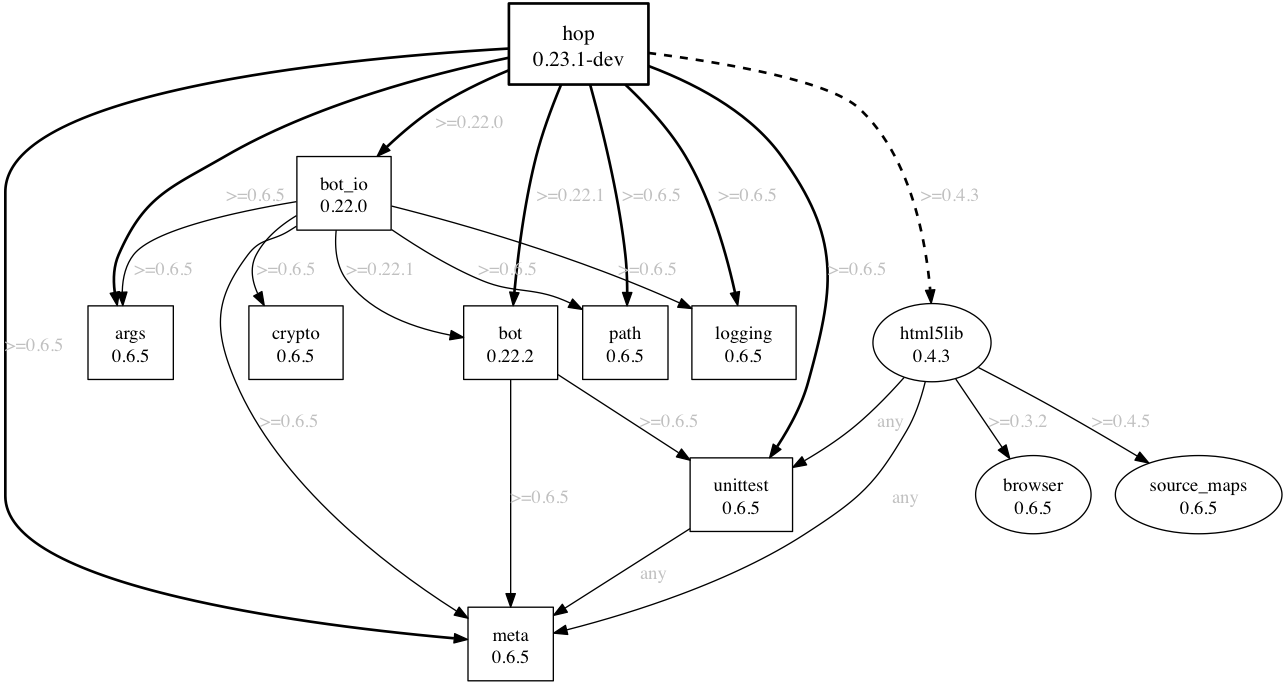
Earlier version of the Graphviz export docs/sample.png (kevmoo/pubviz). Its source is kept beside it as docs/sample.dot. Its diagram source:
```dot
digraph G {

  hop [label="hop
0.23.1-dev",fontsize=16,style=bold,shape=box,margin="0.25,0.15",group=primary];
  hop -> args [label=">=0.6.5",fontcolor=gray,penwidth=2];
  hop -> bot [label=">=0.22.1",fontcolor=gray,penwidth=2];
  hop -> bot_io [label=">=0.22.0",fontcolor=gray,penwidth=2];
  hop -> logging [label=">=0.6.5",fontcolor=gray,penwidth=2];
  hop -> meta [label=">=0.6.5",fontcolor=gray,penwidth=2];
  hop -> path [label=">=0.6.5",fontcolor=gray,penwidth=2];
  hop -> unittest [label=">=0.6.5",fontcolor=gray,penwidth=2];
  hop -> html5lib [label=">=0.4.3",fontcolor=gray,penwidth=2,style=dashed];

  html5lib [label="html5lib
0.4.3",group=primary];
  html5lib -> browser [label=">=0.3.2",fontcolor=gray];
  html5lib -> meta [label="any",fontcolor=gray];
  html5lib -> source_maps [label=">=0.4.5",fontcolor=gray];
  html5lib -> unittest [label="any",fontcolor=gray];

  browser [label="browser
0.6.5"];

  args [label="args
0.6.5",shape=box,margin="0.25,0.15",group=primary];

  bot [label="bot
0.22.2",shape=box,margin="0.25,0.15",group=primary];
  bot -> meta [label=">=0.6.5",fontcolor=gray];
  bot -> unittest [label=">=0.6.5",fontcolor=gray];

  bot_io [label="bot_io
0.22.0",shape=box,margin="0.25,0.15",group=primary];
  bot_io -> args [label=">=0.6.5",fontcolor=gray];
  bot_io -> bot [label=">=0.22.1",fontcolor=gray];
  bot_io -> crypto [label=">=0.6.5",fontcolor=gray];
  bot_io -> logging [label=">=0.6.5",fontcolor=gray];
  bot_io -> meta [label=">=0.6.5",fontcolor=gray];
  bot_io -> path [label=">=0.6.5",fontcolor=gray];

  crypto [label="crypto
0.6.5",shape=box,margin="0.25,0.15"];

  logging [label="logging
0.6.5",shape=box,margin="0.25,0.15",group=primary];

  meta [label="meta
0.6.5",shape=box,margin="0.25,0.15",group=primary];

  path [label="path
0.6.5",shape=box,margin="0.25,0.15",group=primary];

  source_maps [label="source_maps
0.6.5"];

  unittest [label="unittest
0.6.5",shape=box,margin="0.25,0.15",group=primary];
  unittest -> meta [label="any",fontcolor=gray];
}
```
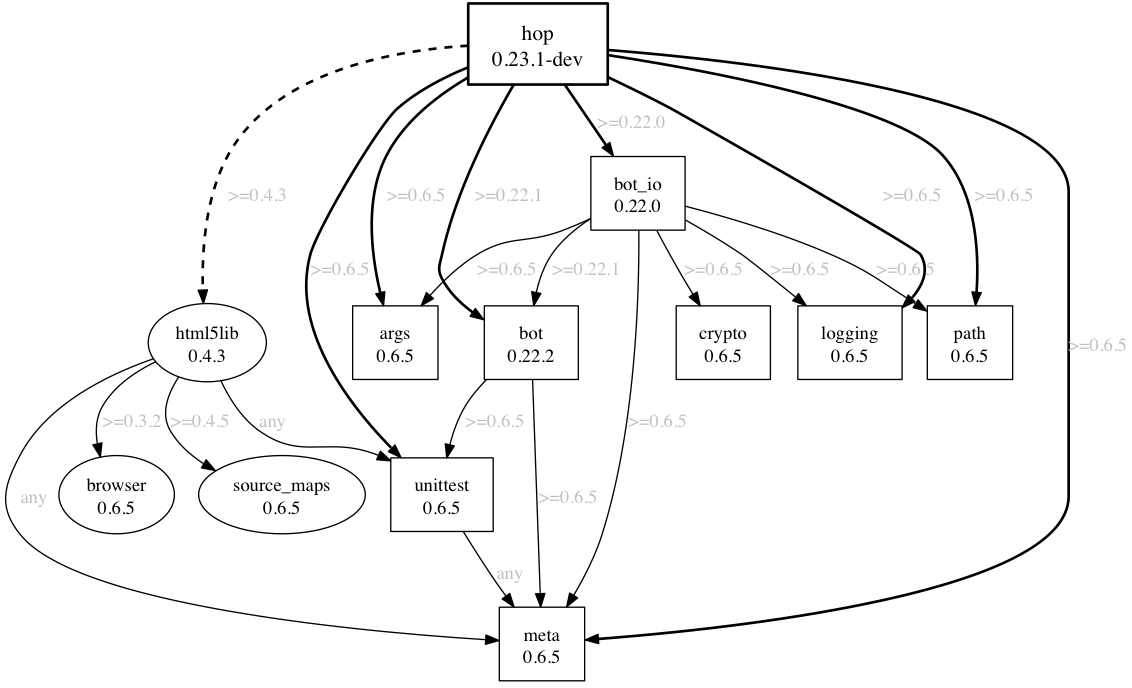
Later version of the same file.

Change to the diagram source:
```diff
@@ -1,4 +1,27 @@
 digraph G {
+
+  args [label="args
+0.6.5",shape=box,margin="0.25,0.15",group=primary];
+
+  bot [label="bot
+0.22.2",shape=box,margin="0.25,0.15",group=primary];
+  bot -> meta [label=">=0.6.5",fontcolor=gray];
+  bot -> unittest [label=">=0.6.5",fontcolor=gray];
+
+  bot_io [label="bot_io
+0.22.0",shape=box,margin="0.25,0.15",group=primary];
+  bot_io -> args [label=">=0.6.5",fontcolor=gray];
+  bot_io -> bot [label=">=0.22.1",fontcolor=gray];
+  bot_io -> crypto [label=">=0.6.5",fontcolor=gray];
+  bot_io -> logging [label=">=0.6.5",fontcolor=gray];
+  bot_io -> meta [label=">=0.6.5",fontcolor=gray];
+  bot_io -> path [label=">=0.6.5",fontcolor=gray];
+
+  browser [label="browser
+0.6.5"];
+
+  crypto [label="crypto
+0.6.5",shape=box,margin="0.25,0.15"];
 
   hop [label="hop
 0.23.1-dev",fontsize=16,style=bold,shape=box,margin="0.25,0.15",group=primary];
@@ -18,29 +41,6 @@
   html5lib -> source_maps [label=">=0.4.5",fontcolor=gray];
   html5lib -> unittest [label="any",fontcolor=gray];
 
-  browser [label="browser
-0.6.5"];
-
-  args [label="args
-0.6.5",shape=box,margin="0.25,0.15",group=primary];
-
-  bot [label="bot
-0.22.2",shape=box,margin="0.25,0.15",group=primary];
-  bot -> meta [label=">=0.6.5",fontcolor=gray];
-  bot -> unittest [label=">=0.6.5",fontcolor=gray];
-
-  bot_io [label="bot_io
-0.22.0",shape=box,margin="0.25,0.15",group=primary];
-  bot_io -> args [label=">=0.6.5",fontcolor=gray];
-  bot_io -> bot [label=">=0.22.1",fontcolor=gray];
-  bot_io -> crypto [label=">=0.6.5",fontcolor=gray];
-  bot_io -> logging [label=">=0.6.5",fontcolor=gray];
-  bot_io -> meta [label=">=0.6.5",fontcolor=gray];
-  bot_io -> path [label=">=0.6.5",fontcolor=gray];
-
-  crypto [label="crypto
-0.6.5",shape=box,margin="0.25,0.15"];
-
   logging [label="logging
 0.6.5",shape=box,margin="0.25,0.15",group=primary];
 
```
